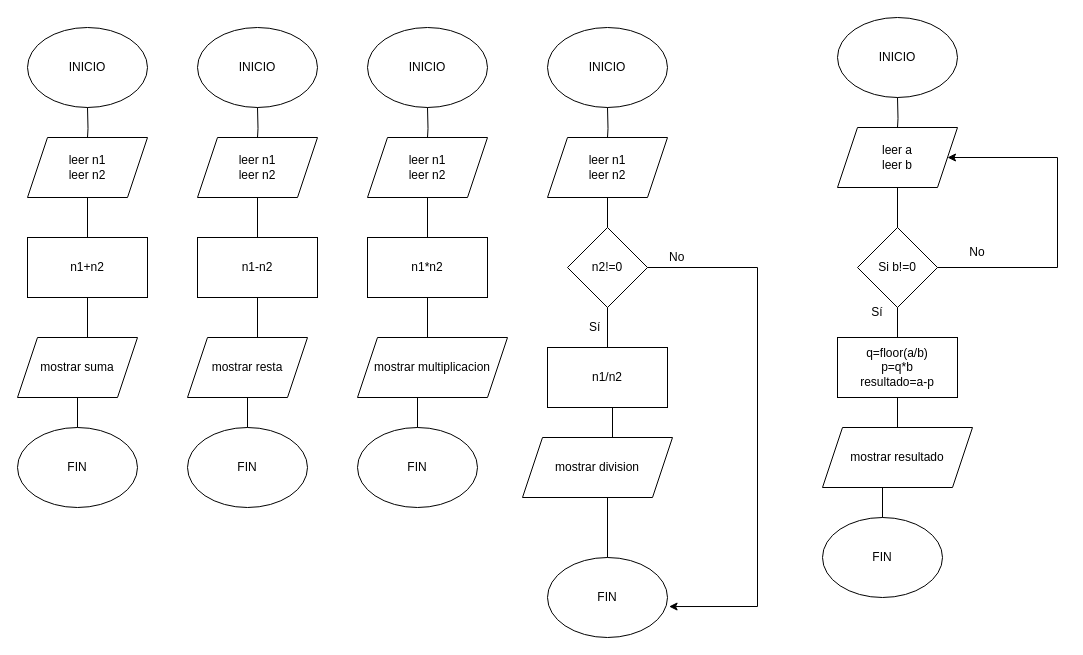
Before: desafiojs.drawio in Kessillox/JS-0045, a draw.io diagram. Source tidied: cells renumbered, new cells numbered last; positions are measured from the earlier drawing's top-left corner, leaving out a move shared by most shapes. Both pictures are drawn from the tidied source at 100%, with x=0, y=0 at pixel (17, 17).
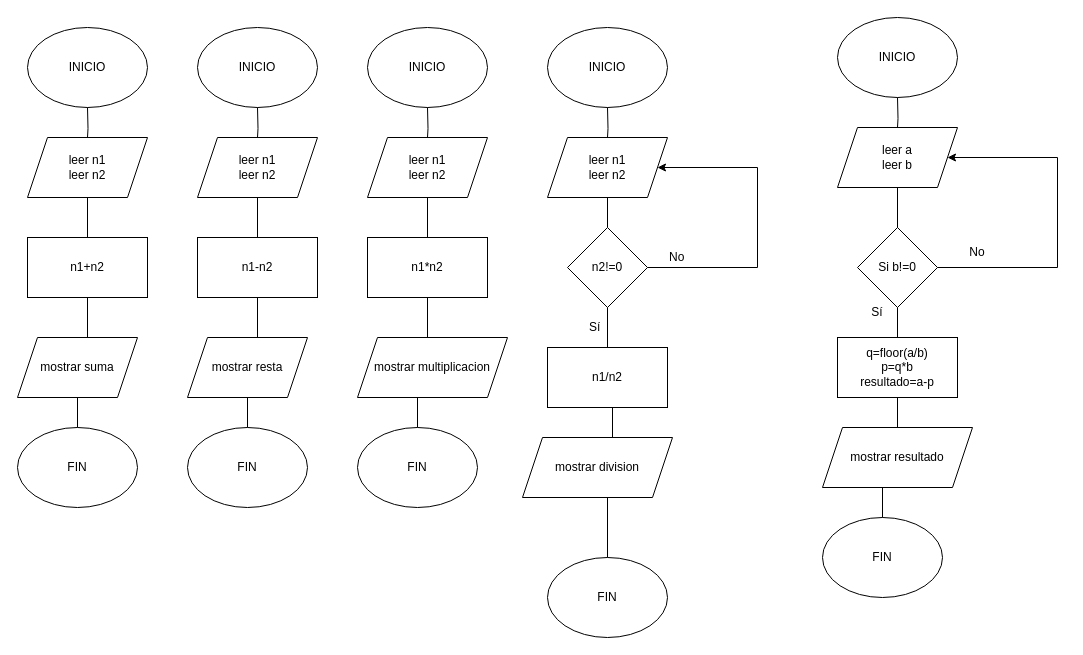
The same diagram, later.

Commit message (it also covers changes not shown here):
subida diagrama pdf

Unchanged cells that the change refers to:
```xml
<mxCell id="27" value="leer n1&lt;br&gt;leer n2" style="shape=parallelogram;perimeter=parallelogramPerimeter;whiteSpace=wrap;html=1;fixedSize=1;" parent="1" vertex="1">
  <mxGeometry x="530" y="120" width="120" height="60" as="geometry" />
</mxCell>
<mxCell id="32" value="FIN" style="ellipse;whiteSpace=wrap;html=1;" parent="1" vertex="1">
  <mxGeometry x="530" y="540" width="120" height="80" as="geometry" />
</mxCell>
<mxCell id="33" value="n2!=0" style="rhombus;whiteSpace=wrap;html=1;" parent="1" vertex="1">
  <mxGeometry x="550" y="210" width="80" height="80" as="geometry" />
</mxCell>
```

The edit, as a diff of the source:
```diff
@@
-    <mxCell id="34" style="endArrow=classic;html=1;rounded=0;exitX=1;exitY=0.5;exitDx=0;exitDy=0;entryX=1.013;entryY=0.613;entryDx=0;entryDy=0;entryPerimeter=0;" parent="1" edge="1" source="33" target="32">
+    <mxCell id="34" style="endArrow=classic;html=1;rounded=0;exitX=1;exitY=0.5;exitDx=0;exitDy=0;entryX=1;entryY=0.5;entryDx=0;entryDy=0;" parent="1" edge="1" source="33" target="27">
       <mxGeometry relative="1" as="geometry">
         <Array as="points">
           <mxPoint x="740" y="250" />
-          <mxPoint x="740" y="589" />
+          <mxPoint x="740" y="150" />
         </Array>
       </mxGeometry>
     </mxCell>
```
